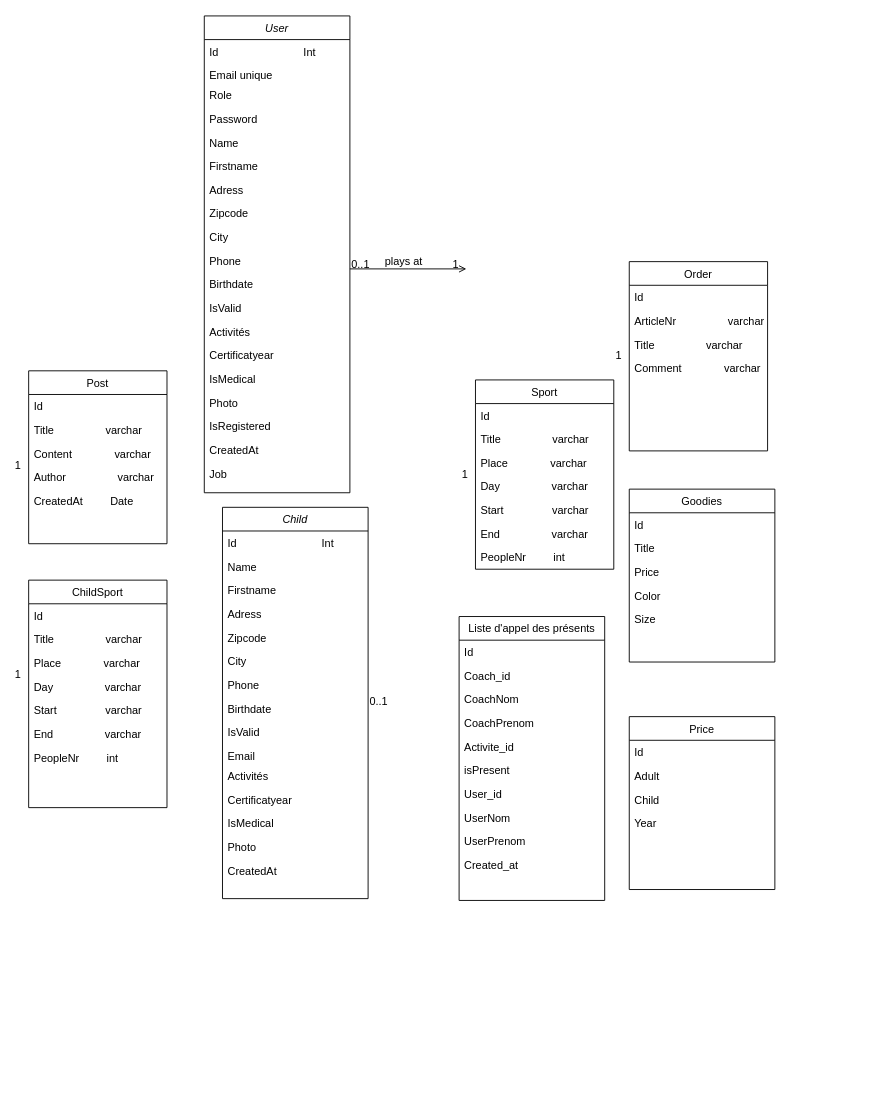
Earlier version of the draw.io diagram asdec/Diagramme de classe bon.drawio (cyrisa02/diagrammes-UML). Source tidied: cells renumbered, new cells numbered last; positions are measured from the earlier drawing's top-left corner, leaving out a move shared by most shapes. Both pictures are drawn from the tidied source at 91%, with x=0, y=0 at pixel (22, 15).
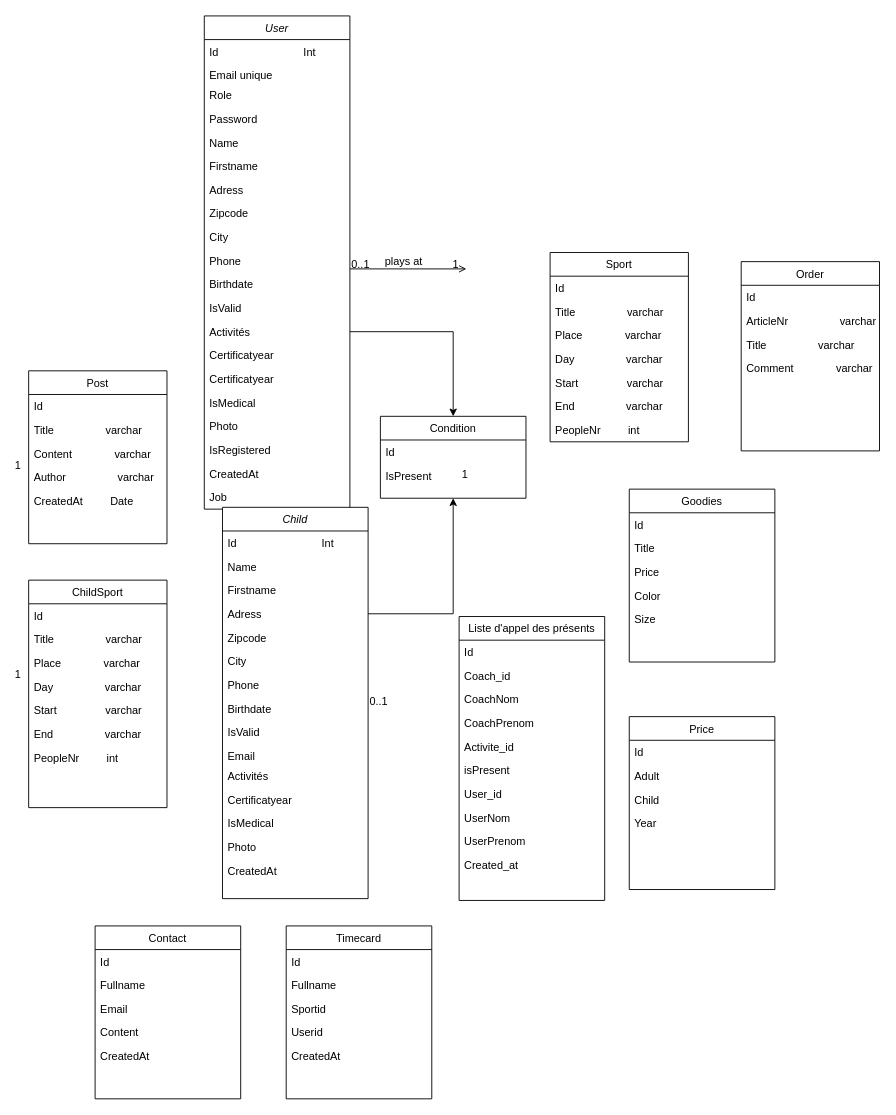
The same page after the edit.

Commit message:
Mettre à jour Diagramme de classe bon.drawio

Unchanged cells that the change refers to:
```xml
<mxCell id="15" value="Activités" style="text;align=left;verticalAlign=top;spacingLeft=4;spacingRight=4;overflow=hidden;points=[[0,0.5],[1,0.5]];portConstraint=eastwest;" parent="2" vertex="1">
  <mxGeometry y="334" width="160" height="26" as="geometry" />
</mxCell>
<mxCell id="64" value="Adress" style="text;align=left;verticalAlign=top;spacingLeft=4;spacingRight=4;overflow=hidden;points=[[0,0.5],[1,0.5]];portConstraint=eastwest;" parent="60" vertex="1">
  <mxGeometry y="104" width="160" height="26" as="geometry" />
</mxCell>
```

Change to the diagram source:
```diff
@@
     <mxCell id="2" value="User" style="swimlane;fontStyle=2;align=center;verticalAlign=top;horizontal=1;startSize=26;rounded=0;shadow=0;strokeWidth=1;" parent="1" vertex="1">
-      <mxGeometry x="200" width="160" height="524" as="geometry" />
+      <mxGeometry x="200" width="160" height="542" as="geometry" />
     </mxCell>
@@
+    <mxCell id="96" value="Certificatyear" style="text;align=left;verticalAlign=top;spacingLeft=4;spacingRight=4;overflow=hidden;" parent="2" vertex="1">
+      <mxGeometry y="386" width="160" height="26" as="geometry" />
+    </mxCell>
     <mxCell id="17" value="IsMedical" style="text;align=left;verticalAlign=top;spacingLeft=4;spacingRight=4;overflow=hidden;" parent="2" vertex="1">
-      <mxGeometry y="386" width="160" height="26" as="geometry" />
+      <mxGeometry y="412" width="160" height="26" as="geometry" />
     </mxCell>
     <mxCell id="18" value="Photo" style="text;align=left;verticalAlign=top;spacingLeft=4;spacingRight=4;overflow=hidden;" parent="2" vertex="1">
-      <mxGeometry y="412" width="160" height="26" as="geometry" />
+      <mxGeometry y="438" width="160" height="26" as="geometry" />
     </mxCell>
     <mxCell id="19" value="IsRegistered" style="text;align=left;verticalAlign=top;spacingLeft=4;spacingRight=4;overflow=hidden;" parent="2" vertex="1">
-      <mxGeometry y="438" width="160" height="26" as="geometry" />
+      <mxGeometry y="464" width="160" height="26" as="geometry" />
     </mxCell>
     <mxCell id="20" value="CreatedAt" style="text;align=left;verticalAlign=top;spacingLeft=4;spacingRight=4;overflow=hidden;" parent="2" vertex="1">
-      <mxGeometry y="464" width="160" height="26" as="geometry" />
+      <mxGeometry y="490" width="160" height="26" as="geometry" />
     </mxCell>
     <mxCell id="21" value="Job" style="text;align=left;verticalAlign=top;spacingLeft=4;spacingRight=4;overflow=hidden;" parent="2" vertex="1">
-      <mxGeometry y="490" width="160" height="26" as="geometry" />
+      <mxGeometry y="516" width="160" height="26" as="geometry" />
     </mxCell>
@@
     <mxCell id="27" value="Sport" style="swimlane;fontStyle=0;align=center;verticalAlign=top;horizontal=1;startSize=26;rounded=0;shadow=0;strokeWidth=1;" parent="1" vertex="1">
-      <mxGeometry x="498" y="400" width="152" height="208" as="geometry" />
+      <mxGeometry x="580" y="260" width="152" height="208" as="geometry" />
     </mxCell>
@@
     <mxCell id="85" value="Order" style="swimlane;fontStyle=0;align=center;verticalAlign=top;horizontal=1;startSize=26;rounded=0;shadow=0;strokeWidth=1;" parent="1" vertex="1">
-      <mxGeometry x="667" y="270" width="152" height="208" as="geometry" />
+      <mxGeometry x="790" y="270" width="152" height="208" as="geometry" />
     </mxCell>
@@
-    <mxCell id="90" value="1" style="align=right;verticalAlign=bottom;labelBackgroundColor=none;fontSize=12;" parent="1" vertex="1">
-      <mxGeometry x="660" y="382" as="geometry" />
-    </mxCell>
@@
+    <mxCell id="97" value="Contact" style="swimlane;fontStyle=0;align=center;verticalAlign=top;horizontal=1;startSize=26;rounded=0;shadow=0;strokeWidth=1;" parent="1" vertex="1">
+      <mxGeometry x="80" y="1000" width="160" height="190" as="geometry" />
+    </mxCell>
+    <mxCell id="98" value="Id" style="text;align=left;verticalAlign=top;spacingLeft=4;spacingRight=4;overflow=hidden;" parent="97" vertex="1">
+      <mxGeometry y="26" width="160" height="26" as="geometry" />
+    </mxCell>
+    <mxCell id="99" value="Fullname" style="text;align=left;verticalAlign=top;spacingLeft=4;spacingRight=4;overflow=hidden;" parent="97" vertex="1">
+      <mxGeometry y="52" width="160" height="26" as="geometry" />
+    </mxCell>
+    <mxCell id="100" value="Email" style="text;align=left;verticalAlign=top;spacingLeft=4;spacingRight=4;overflow=hidden;" parent="97" vertex="1">
+      <mxGeometry y="78" width="160" height="26" as="geometry" />
+    </mxCell>
+    <mxCell id="101" value="Content" style="text;align=left;verticalAlign=top;spacingLeft=4;spacingRight=4;overflow=hidden;" parent="97" vertex="1">
+      <mxGeometry y="104" width="160" height="26" as="geometry" />
+    </mxCell>
+    <mxCell id="102" value="CreatedAt" style="text;align=left;verticalAlign=top;spacingLeft=4;spacingRight=4;overflow=hidden;" parent="97" vertex="1">
+      <mxGeometry y="130" width="160" height="26" as="geometry" />
+    </mxCell>
+    <mxCell id="103" value="Timecard" style="swimlane;fontStyle=0;align=center;verticalAlign=top;horizontal=1;startSize=26;rounded=0;shadow=0;strokeWidth=1;" parent="1" vertex="1">
+      <mxGeometry x="290" y="1000" width="160" height="190" as="geometry" />
+    </mxCell>
+    <mxCell id="104" value="Id" style="text;align=left;verticalAlign=top;spacingLeft=4;spacingRight=4;overflow=hidden;" parent="103" vertex="1">
+      <mxGeometry y="26" width="160" height="26" as="geometry" />
+    </mxCell>
+    <mxCell id="105" value="Fullname" style="text;align=left;verticalAlign=top;spacingLeft=4;spacingRight=4;overflow=hidden;" parent="103" vertex="1">
+      <mxGeometry y="52" width="160" height="26" as="geometry" />
+    </mxCell>
+    <mxCell id="106" value="Sportid" style="text;align=left;verticalAlign=top;spacingLeft=4;spacingRight=4;overflow=hidden;" parent="103" vertex="1">
+      <mxGeometry y="78" width="160" height="26" as="geometry" />
+    </mxCell>
+    <mxCell id="107" value="Userid" style="text;align=left;verticalAlign=top;spacingLeft=4;spacingRight=4;overflow=hidden;" parent="103" vertex="1">
+      <mxGeometry y="104" width="160" height="26" as="geometry" />
+    </mxCell>
+    <mxCell id="108" value="CreatedAt" style="text;align=left;verticalAlign=top;spacingLeft=4;spacingRight=4;overflow=hidden;" parent="103" vertex="1">
+      <mxGeometry y="130" width="160" height="26" as="geometry" />
+    </mxCell>
+    <mxCell id="109" value="Condition" style="swimlane;fontStyle=0;align=center;verticalAlign=top;horizontal=1;startSize=26;rounded=0;shadow=0;strokeWidth=1;" parent="1" vertex="1">
+      <mxGeometry x="393.5" y="440" width="160" height="90" as="geometry" />
+    </mxCell>
+    <mxCell id="110" value="Id" style="text;align=left;verticalAlign=top;spacingLeft=4;spacingRight=4;overflow=hidden;" parent="109" vertex="1">
+      <mxGeometry y="26" width="160" height="26" as="geometry" />
+    </mxCell>
+    <mxCell id="111" value="IsPresent" style="text;align=left;verticalAlign=top;spacingLeft=4;spacingRight=4;overflow=hidden;" parent="109" vertex="1">
+      <mxGeometry y="52" width="160" height="26" as="geometry" />
+    </mxCell>
+    <mxCell id="112" style="edgeStyle=orthogonalEdgeStyle;rounded=0;jettySize=auto;html=1;exitX=1;exitY=0.5;exitDx=0;exitDy=0;entryX=0.5;entryY=0;entryDx=0;entryDy=0;" parent="1" edge="1" source="15" target="109">
+      <mxGeometry relative="1" as="geometry" />
+    </mxCell>
+    <mxCell id="113" style="edgeStyle=orthogonalEdgeStyle;rounded=0;jettySize=auto;html=1;exitX=1;exitY=0.5;exitDx=0;exitDy=0;entryX=0.5;entryY=1;entryDx=0;entryDy=0;" parent="1" edge="1" source="64" target="109">
+      <mxGeometry relative="1" as="geometry" />
+    </mxCell>
```
